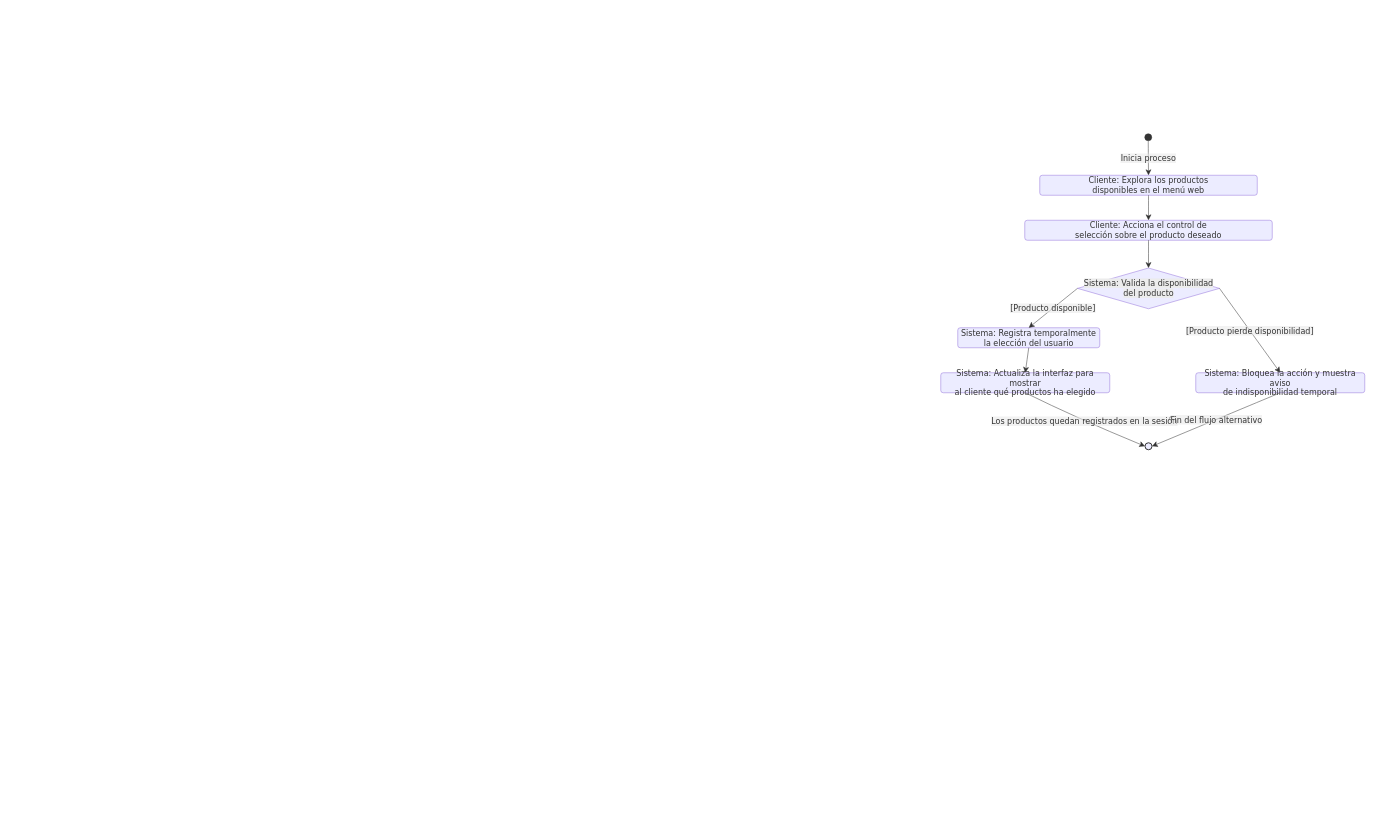
Before: page "RF03" (3 of 14) of documentacion/Diagramas/Diagramas Casos de Uso.drawio in CanelaFeliz/ProyectoPPI115, a draw.io diagram. Source tidied: cells renumbered, new cells numbered last; positions are measured from the earlier drawing's top-left corner, leaving out a move shared by most shapes. Both pictures are drawn from the tidied source at 50%, with x=0, y=0 at pixel (940, 134).
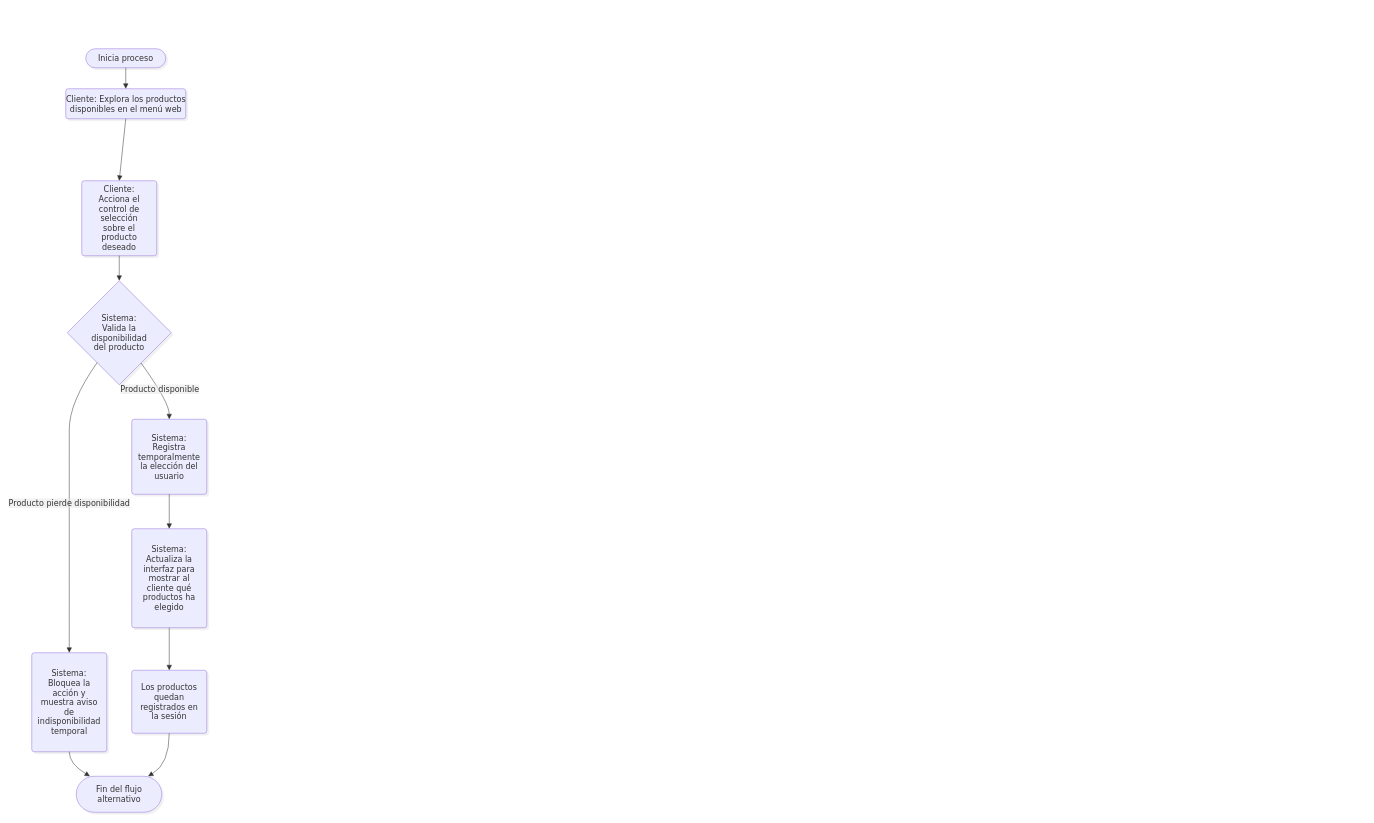
After the change.

Change to the diagram source:
```diff
@@
-    <mxCell id="2" style="group;" parent="1" vertex="1">
-      <mxGeometry width="848" height="632" as="geometry" />
-    </mxCell>
-    <mxCell id="3" value="&lt;span style=&quot;color: rgb(51, 51, 51); font-family: &amp;quot;Trebuchet MS&amp;quot;, Verdana, Arial, sans-serif; font-size: 16px; font-style: normal; font-variant-ligatures: normal; font-variant-caps: normal; font-weight: 400; letter-spacing: normal; orphans: 2; text-align: center; text-indent: 0px; text-transform: none; widows: 2; word-spacing: 0px; -webkit-text-stroke-width: 0px; white-space: normal; background-color: rgb(236, 236, 236); text-decoration-thickness: initial; text-decoration-style: initial; text-decoration-color: initial; float: none; display: inline !important;&quot;&gt;Sistema: Valida la disponibilidad&lt;/span&gt;&lt;div&gt;&lt;span style=&quot;color: rgb(51, 51, 51); font-family: &amp;quot;Trebuchet MS&amp;quot;, Verdana, Arial, sans-serif; font-size: 16px; font-style: normal; font-variant-ligatures: normal; font-variant-caps: normal; font-weight: 400; letter-spacing: normal; orphans: 2; text-align: center; text-indent: 0px; text-transform: none; widows: 2; word-spacing: 0px; -webkit-text-stroke-width: 0px; white-space: normal; background-color: rgb(236, 236, 236); text-decoration-thickness: initial; text-decoration-style: initial; text-decoration-color: initial; float: none; display: inline !important;&quot;&gt;del producto&lt;/span&gt;&lt;/div&gt;" style="rhombus;html=1;strokeWidth=1;whiteSpace=wrap;fillColor=light-dark(#ECECFF,#1f2020);strokeColor=light-dark(#9370DB,#cccccc);fontColor=light-dark(#333333,#cccccc);fontFamily=Trebuchet MS,Verdana,Arial,sans-serif;fontSize=16;" parent="2" vertex="1">
-      <mxGeometry x="273.5" y="268.5" width="284" height="81.5" as="geometry" />
-    </mxCell>
-    <mxCell id="4" style="ellipse;html=1;fillColor=light-dark(#333333,#cccccc);strokeColor=light-dark(#333333,#cccccc);fontColor=light-dark(#333333,#cccccc);fontFamily=Trebuchet MS,Verdana,Arial,sans-serif;fontSize=16;" parent="2" vertex="1">
-      <mxGeometry x="408" width="14" height="14" as="geometry" />
-    </mxCell>
+    <mxCell id="19" style="group;transparentBounds=1;editIcon=1;lockedGroup=0;groupPadding=10;" parent="1" vertex="1">
+      <mxGeometry x="-1230" y="-250" as="geometry" />
+    </mxCell>
+    <mxCell id="11" value="Inicia proceso" style="html=1;rounded=1;whiteSpace=wrap;arcSize=50;strokeWidth=1;fillColor=light-dark(#ECECFF,#1f2020);strokeColor=light-dark(#9370DB,#cccccc);fontColor=light-dark(#333333,#cccccc);fontFamily=Trebuchet MS,Verdana,Arial,sans-serif;fontSize=16;shadow=1;shadowColor=#000000;shadowOffsetX=4;shadowOffsetY=4;shadowBlur=0;shadowOpacity=6;" parent="19" vertex="1">
+      <mxGeometry x="-480" y="80" width="160" height="38" as="geometry" />
+    </mxCell>
-    <mxCell id="5" value="Cliente: Explora los productos&lt;div&gt;disponibles en el menú web&lt;/div&gt;" style="rounded=1;absoluteArcSize=1;arcSize=10;html=1;whiteSpace=wrap;strokeWidth=1;fillColor=light-dark(#ECECFF,#1f2020);strokeColor=light-dark(#9370DB,#cccccc);fontColor=light-dark(#333333,#cccccc);fontFamily=Trebuchet MS,Verdana,Arial,sans-serif;fontSize=16;" parent="2" vertex="1">
-      <mxGeometry x="198" y="83" width="435" height="40" as="geometry" />
+    <mxCell id="5" value="Cliente: Explora los productos&lt;br&gt;disponibles en el menú web" style="rounded=1;absoluteArcSize=1;arcSize=10;html=1;strokeWidth=1;fillColor=light-dark(#ECECFF,#1f2020);strokeColor=light-dark(#9370DB,#cccccc);fontColor=light-dark(#333333,#cccccc);fontFamily=Trebuchet MS,Verdana,Arial,sans-serif;fontSize=16;shadow=1;shadowColor=#000000;shadowOffsetX=4;shadowOffsetY=4;shadowBlur=0;shadowOpacity=6;labelWidth=120;" parent="19" vertex="1">
+      <mxGeometry x="-520" y="160" width="240" height="60" as="geometry" />
     </mxCell>
-    <mxCell id="6" value="Cliente: Acciona el control de&lt;div&gt;selección sobre el producto deseado&lt;/div&gt;" style="rounded=1;absoluteArcSize=1;arcSize=10;html=1;whiteSpace=wrap;strokeWidth=1;fillColor=light-dark(#ECECFF,#1f2020);strokeColor=light-dark(#9370DB,#cccccc);fontColor=light-dark(#333333,#cccccc);fontFamily=Trebuchet MS,Verdana,Arial,sans-serif;fontSize=16;" parent="2" vertex="1">
-      <mxGeometry x="168" y="173" width="495" height="40" as="geometry" />
+    <mxCell id="6" value="Cliente: Acciona el control de selección sobre el producto deseado" style="rounded=1;absoluteArcSize=1;arcSize=10;html=1;whiteSpace=wrap;strokeWidth=1;fillColor=light-dark(#ECECFF,#1f2020);strokeColor=light-dark(#9370DB,#cccccc);fontColor=light-dark(#333333,#cccccc);fontFamily=Trebuchet MS,Verdana,Arial,sans-serif;fontSize=16;shadow=1;shadowColor=#000000;shadowOffsetX=4;shadowOffsetY=4;shadowBlur=0;shadowOpacity=6;labelWidth=120;" parent="19" vertex="1">
+      <mxGeometry x="-488" y="344" width="150" height="150" as="geometry" />
     </mxCell>
+    <mxCell id="3" value="Sistema: Valida la disponibilidad del producto" style="rhombus;html=1;strokeWidth=1;whiteSpace=wrap;fillColor=light-dark(#ECECFF,#1f2020);strokeColor=light-dark(#9370DB,#cccccc);fontColor=light-dark(#333333,#cccccc);fontFamily=Trebuchet MS,Verdana,Arial,sans-serif;fontSize=16;shadow=1;shadowColor=#000000;shadowOffsetX=4;shadowOffsetY=4;shadowBlur=0;shadowOpacity=6;labelWidth=120;" parent="19" vertex="1">
+      <mxGeometry x="-517" y="544" width="208" height="208" as="geometry" />
+    </mxCell>
-    <mxCell id="7" value="Sistema: Registra temporalmente&lt;div&gt;la elección del usuario&lt;/div&gt;" style="rounded=1;absoluteArcSize=1;arcSize=10;html=1;whiteSpace=wrap;strokeWidth=1;fillColor=light-dark(#ECECFF,#1f2020);strokeColor=light-dark(#9370DB,#cccccc);fontColor=light-dark(#333333,#cccccc);fontFamily=Trebuchet MS,Verdana,Arial,sans-serif;fontSize=16;" parent="2" vertex="1">
-      <mxGeometry x="34" y="388" width="284" height="40" as="geometry" />
+    <mxCell id="7" value="Sistema: Registra temporalmente la elección del usuario" style="rounded=1;absoluteArcSize=1;arcSize=10;html=1;whiteSpace=wrap;strokeWidth=1;fillColor=light-dark(#ECECFF,#1f2020);strokeColor=light-dark(#9370DB,#cccccc);fontColor=light-dark(#333333,#cccccc);fontFamily=Trebuchet MS,Verdana,Arial,sans-serif;fontSize=16;shadow=1;shadowColor=#000000;shadowOffsetX=4;shadowOffsetY=4;shadowBlur=0;shadowOpacity=6;labelWidth=120;" parent="19" vertex="1">
+      <mxGeometry x="-388" y="821" width="150" height="150" as="geometry" />
     </mxCell>
+    <mxCell id="9" value="Sistema: Bloquea la acción y muestra aviso de indisponibilidad temporal" style="rounded=1;absoluteArcSize=1;arcSize=10;html=1;whiteSpace=wrap;strokeWidth=1;fillColor=light-dark(#ECECFF,#1f2020);strokeColor=light-dark(#9370DB,#cccccc);fontColor=light-dark(#333333,#cccccc);fontFamily=Trebuchet MS,Verdana,Arial,sans-serif;fontSize=16;shadow=1;shadowColor=#000000;shadowOffsetX=4;shadowOffsetY=4;shadowBlur=0;shadowOpacity=6;labelWidth=120;" parent="19" vertex="1">
+      <mxGeometry x="-588" y="1288" width="150" height="198" as="geometry" />
+    </mxCell>
-    <mxCell id="8" value="Sistema: Actualiza la interfaz para mostrar&lt;div&gt;al cliente qué productos ha elegido&lt;/div&gt;" style="rounded=1;absoluteArcSize=1;arcSize=10;html=1;whiteSpace=wrap;strokeWidth=1;fillColor=light-dark(#ECECFF,#1f2020);strokeColor=light-dark(#9370DB,#cccccc);fontColor=light-dark(#333333,#cccccc);fontFamily=Trebuchet MS,Verdana,Arial,sans-serif;fontSize=16;" parent="2" vertex="1">
-      <mxGeometry y="478" width="338" height="40" as="geometry" />
+    <mxCell id="8" value="Sistema: Actualiza la interfaz para mostrar al cliente qué productos ha elegido" style="rounded=1;absoluteArcSize=1;arcSize=10;html=1;whiteSpace=wrap;strokeWidth=1;fillColor=light-dark(#ECECFF,#1f2020);strokeColor=light-dark(#9370DB,#cccccc);fontColor=light-dark(#333333,#cccccc);fontFamily=Trebuchet MS,Verdana,Arial,sans-serif;fontSize=16;shadow=1;shadowColor=#000000;shadowOffsetX=4;shadowOffsetY=4;shadowBlur=0;shadowOpacity=6;labelWidth=120;" parent="19" vertex="1">
+      <mxGeometry x="-388" y="1040" width="150" height="198" as="geometry" />
     </mxCell>
-    <mxCell id="9" value="Sistema: Bloquea la acción y muestra aviso&lt;div&gt;de indisponibilidad temporal&lt;/div&gt;" style="rounded=1;absoluteArcSize=1;arcSize=10;html=1;whiteSpace=wrap;strokeWidth=1;fillColor=light-dark(#ECECFF,#1f2020);strokeColor=light-dark(#9370DB,#cccccc);fontColor=light-dark(#333333,#cccccc);fontFamily=Trebuchet MS,Verdana,Arial,sans-serif;fontSize=16;" parent="2" vertex="1">
-      <mxGeometry x="510" y="478" width="338" height="40" as="geometry" />
-    </mxCell>
-    <mxCell id="10" style="ellipse;html=1;fillColor=light-dark(#ECECFF,#1f2020);strokeColor=light-dark(#333333,#cccccc);strokeWidth=2;centerRadius=4;centerColor=light-dark(#9370DB,#cccccc);fontColor=light-dark(#333333,#cccccc);fontFamily=Trebuchet MS,Verdana,Arial,sans-serif;fontSize=16;" parent="2" vertex="1">
-      <mxGeometry x="408.5" y="618" width="14" height="14" as="geometry" />
-    </mxCell>
-    <mxCell id="11" value="Inicia proceso" style="curved=1;startArrow=none;endArrow=classic;endSize=9;fillColor=none;strokeColor=light-dark(#333333,#cccccc);html=1;fontSize=16;labelBackgroundColor=#E8E8E88D;fontFamily=Trebuchet MS,Verdana,Arial,sans-serif;fontColor=light-dark(#333333,#cccccc);exitX=0.5;exitY=1;entryX=0.5;entryY=0;rounded=0;" parent="2" edge="1" source="4" target="5">
-      <mxGeometry relative="1" as="geometry" />
-    </mxCell>
+    <mxCell id="17" value="Los productos quedan registrados en la sesión" style="rounded=1;absoluteArcSize=1;arcSize=10;html=1;whiteSpace=wrap;strokeWidth=1;fillColor=light-dark(#ECECFF,#1f2020);strokeColor=light-dark(#9370DB,#cccccc);fontColor=light-dark(#333333,#cccccc);fontFamily=Trebuchet MS,Verdana,Arial,sans-serif;fontSize=16;shadow=1;shadowColor=#000000;shadowOffsetX=4;shadowOffsetY=4;shadowBlur=0;shadowOpacity=6;labelWidth=120;" parent="19" vertex="1">
+      <mxGeometry x="-388" y="1323" width="150" height="126" as="geometry" />
+    </mxCell>
+    <mxCell id="18" value="Fin del flujo alternativo" style="html=1;rounded=1;whiteSpace=wrap;arcSize=50;strokeWidth=1;fillColor=light-dark(#ECECFF,#1f2020);strokeColor=light-dark(#9370DB,#cccccc);fontColor=light-dark(#333333,#cccccc);fontFamily=Trebuchet MS,Verdana,Arial,sans-serif;fontSize=16;shadow=1;shadowColor=#000000;shadowOffsetX=4;shadowOffsetY=4;shadowBlur=0;shadowOpacity=6;labelWidth=120;" parent="19" vertex="1">
+      <mxGeometry x="-499" y="1535" width="171" height="72" as="geometry" />
+    </mxCell>
+    <mxCell id="20" style="curved=1;startArrow=none;endArrow=block;endSize=8;strokeColor=light-dark(#333333,#cccccc);exitX=0.5;exitY=1;entryX=0.5;entryY=0;targetPerimeterSpacing=4;rounded=0;" parent="19" edge="1" source="11" target="5">
+      <mxGeometry relative="1" as="geometry" />
+    </mxCell>
-    <mxCell id="12" style="curved=1;startArrow=none;endArrow=classic;endSize=9;fillColor=none;strokeColor=light-dark(#333333,#cccccc);exitX=0.5;exitY=1;entryX=0.5;entryY=0;rounded=0;" parent="2" edge="1" source="5" target="6">
+    <mxCell id="12" style="curved=1;startArrow=none;endArrow=block;endSize=8;strokeColor=light-dark(#333333,#cccccc);exitX=0.5;exitY=1;entryX=0.5;entryY=0;targetPerimeterSpacing=4;rounded=0;" parent="19" edge="1" source="5" target="6">
       <mxGeometry relative="1" as="geometry" />
     </mxCell>
-    <mxCell id="13" style="curved=1;startArrow=none;endArrow=classic;endSize=9;fillColor=none;strokeColor=light-dark(#333333,#cccccc);exitX=0.5;exitY=1;entryX=0.5;entryY=0;rounded=0;entryDx=0;entryDy=0;" parent="2" edge="1" source="6" target="3">
+    <mxCell id="13" style="curved=1;startArrow=none;endArrow=block;endSize=8;strokeColor=light-dark(#333333,#cccccc);exitX=0.5;exitY=1;entryX=0.5;entryY=0;targetPerimeterSpacing=4;rounded=0;" parent="19" edge="1" source="6" target="3">
       <mxGeometry relative="1" as="geometry" />
     </mxCell>
-    <mxCell id="14" value="[Producto disponible]" style="curved=1;startArrow=none;endArrow=classic;endSize=9;fillColor=none;strokeColor=light-dark(#333333,#cccccc);html=1;fontSize=16;labelBackgroundColor=#E8E8E88D;fontFamily=Trebuchet MS,Verdana,Arial,sans-serif;fontColor=light-dark(#333333,#cccccc);entryX=0.5;entryY=0;rounded=0;exitX=0;exitY=0.5;exitDx=0;exitDy=0;" parent="2" edge="1" source="3" target="7">
-      <mxGeometry relative="1" as="geometry" />
+    <mxCell id="14" value="Producto disponible" style="curved=1;startArrow=none;endArrow=block;endSize=8;strokeColor=light-dark(#333333,#cccccc);html=1;fontSize=16;labelBackgroundColor=light-dark(#E8E8E88D,#2a2a2a8D);fontFamily=Trebuchet MS,Verdana,Arial,sans-serif;fontColor=light-dark(#333333,#cccccc);exitX=0.86;exitY=1;entryX=0.5;entryY=0;targetPerimeterSpacing=4;rounded=0;" parent="19" edge="1" source="3" target="7">
+      <mxGeometry relative="1" as="geometry">
+        <Array as="points">
+          <mxPoint x="-313" y="787" />
+        </Array>
+      </mxGeometry>
     </mxCell>
-    <mxCell id="15" value="[Producto pierde disponibilidad]" style="curved=1;startArrow=none;endArrow=classic;endSize=9;fillColor=none;strokeColor=light-dark(#333333,#cccccc);html=1;fontSize=16;labelBackgroundColor=#E8E8E88D;fontFamily=Trebuchet MS,Verdana,Arial,sans-serif;fontColor=light-dark(#333333,#cccccc);exitX=1;exitY=0.5;entryX=0.5;entryY=0;rounded=0;exitDx=0;exitDy=0;" parent="2" edge="1" source="3" target="9">
-      <mxGeometry relative="1" as="geometry" />
+    <mxCell id="15" value="Producto pierde disponibilidad" style="curved=1;startArrow=none;endArrow=block;endSize=8;strokeColor=light-dark(#333333,#cccccc);html=1;fontSize=16;labelBackgroundColor=light-dark(#E8E8E88D,#2a2a2a8D);fontFamily=Trebuchet MS,Verdana,Arial,sans-serif;fontColor=light-dark(#333333,#cccccc);exitX=0.13;exitY=1;entryX=0.5;entryY=0;targetPerimeterSpacing=4;rounded=0;" parent="19" edge="1" source="3" target="9">
+      <mxGeometry relative="1" as="geometry">
+        <Array as="points">
+          <mxPoint x="-513" y="787" />
+          <mxPoint x="-513" y="896" />
+          <mxPoint x="-513" y="1006" />
+          <mxPoint x="-513" y="1139" />
+          <mxPoint x="-513" y="1263" />
+        </Array>
+      </mxGeometry>
     </mxCell>
-    <mxCell id="16" style="curved=1;startArrow=none;endArrow=classic;endSize=9;fillColor=none;strokeColor=light-dark(#333333,#cccccc);exitX=0.5;exitY=1;entryX=0.5;entryY=0;rounded=0;" parent="2" edge="1" source="7" target="8">
+    <mxCell id="16" style="curved=1;startArrow=none;endArrow=block;endSize=8;strokeColor=light-dark(#333333,#cccccc);exitX=0.5;exitY=1;entryX=0.5;entryY=0;targetPerimeterSpacing=4;rounded=0;" parent="19" edge="1" source="7" target="8">
       <mxGeometry relative="1" as="geometry" />
     </mxCell>
-    <mxCell id="17" value="Los productos quedan registrados en la sesión" style="curved=1;startArrow=none;endArrow=classic;endSize=9;fillColor=none;strokeColor=light-dark(#333333,#cccccc);html=1;fontSize=16;labelBackgroundColor=#E8E8E88D;fontFamily=Trebuchet MS,Verdana,Arial,sans-serif;fontColor=light-dark(#333333,#cccccc);exitX=0.5;exitY=1;entryX=0;entryY=0.43;rounded=0;" parent="2" edge="1" source="8" target="10">
-      <mxGeometry relative="1" as="geometry">
-        <Array as="points">
-          <mxPoint x="270" y="568" />
-        </Array>
-      </mxGeometry>
-    </mxCell>
-    <mxCell id="18" value="Fin del flujo alternativo" style="curved=1;startArrow=none;endArrow=classic;endSize=9;fillColor=none;strokeColor=light-dark(#333333,#cccccc);html=1;fontSize=16;labelBackgroundColor=#E8E8E88D;fontFamily=Trebuchet MS,Verdana,Arial,sans-serif;fontColor=light-dark(#333333,#cccccc);exitX=0.5;exitY=1;entryX=1;entryY=0.43;rounded=0;" parent="2" edge="1" source="9" target="10">
-      <mxGeometry relative="1" as="geometry" />
-    </mxCell>
+    <mxCell id="21" style="curved=1;startArrow=none;endArrow=block;endSize=8;strokeColor=light-dark(#333333,#cccccc);exitX=0.5;exitY=1;entryX=0.5;entryY=0;targetPerimeterSpacing=4;rounded=0;" parent="19" edge="1" source="8" target="17">
+      <mxGeometry relative="1" as="geometry" />
+    </mxCell>
+    <mxCell id="22" style="curved=1;startArrow=none;endArrow=block;endSize=8;strokeColor=light-dark(#333333,#cccccc);exitX=0.5;exitY=0.99;entryX=0.16;entryY=0;targetPerimeterSpacing=4;rounded=0;" parent="19" edge="1" source="9" target="18">
+      <mxGeometry relative="1" as="geometry">
+        <Array as="points">
+          <mxPoint x="-513" y="1510" />
+        </Array>
+      </mxGeometry>
+    </mxCell>
+    <mxCell id="23" style="curved=1;startArrow=none;endArrow=block;endSize=8;strokeColor=light-dark(#333333,#cccccc);exitX=0.5;exitY=1;entryX=0.84;entryY=0;targetPerimeterSpacing=4;rounded=0;" parent="19" edge="1" source="17" target="18">
+      <mxGeometry relative="1" as="geometry">
+        <Array as="points">
+          <mxPoint x="-313" y="1510" />
+        </Array>
+      </mxGeometry>
+    </mxCell>
```
